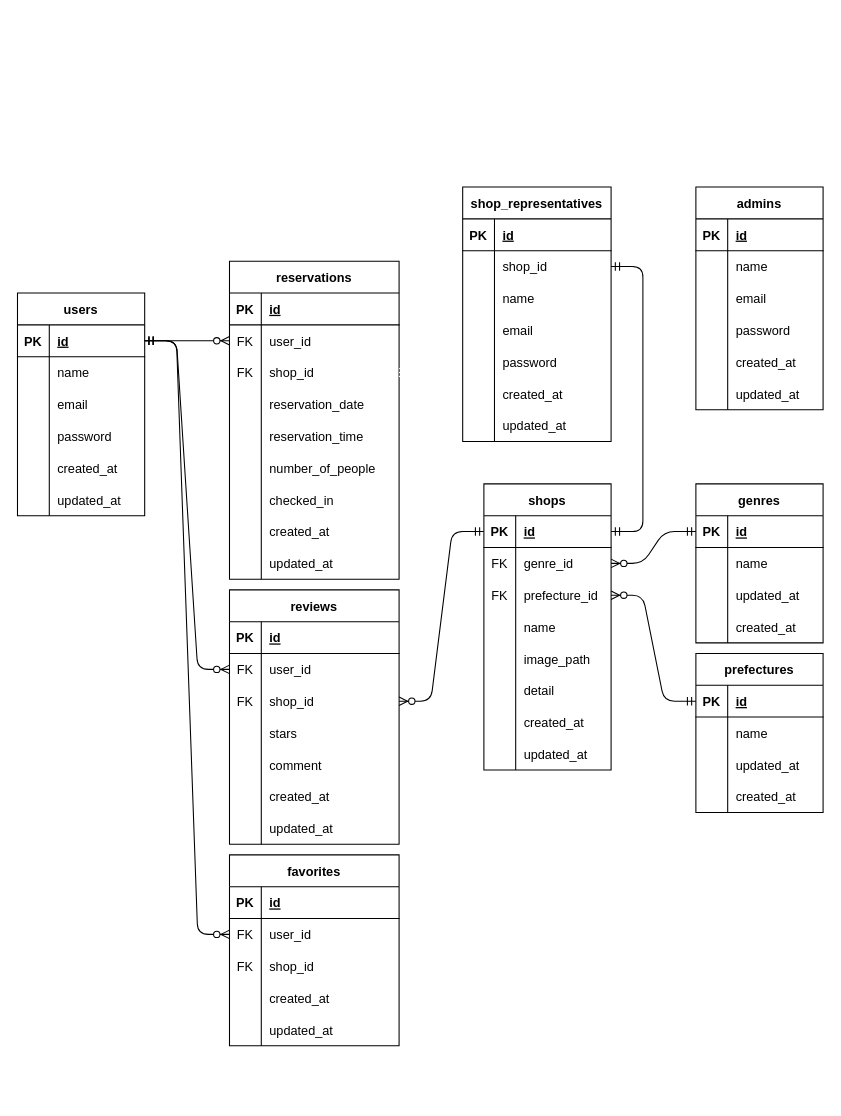
teestojko/rese keeps this draw.io diagram as .drawio. Above is the earlier version. Source tidied: cells renumbered, new cells numbered last; positions are measured from the earlier drawing's top-left corner, leaving out a move shared by most shapes. Both pictures are drawn from the tidied source at 106%, with x=0, y=0 at pixel (17, 187).
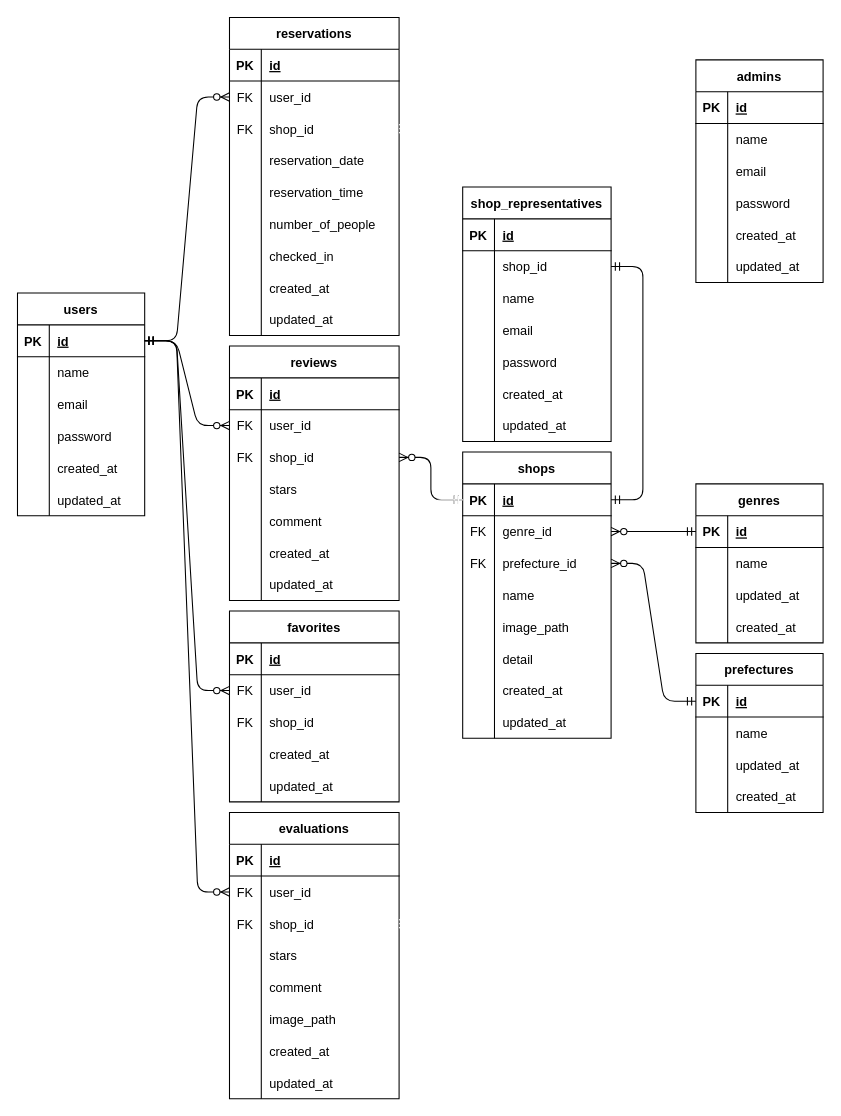
Above is the later version.

The change refers to these unchanged cells:
```xml
<mxCell id="28" style="shape=tableRow;horizontal=0;startSize=0;swimlaneHead=0;swimlaneBody=0;fillColor=none;points=[[0,0.5],[1,0.5]];portConstraint=eastwest;top=0;left=0;right=0;bottom=1;" parent="27" vertex="1">
  <mxGeometry y="30" width="120" height="30" as="geometry" />
</mxCell>
```

What changed in the source:
```diff
@@
     <mxCell id="2" value="shops" style="shape=table;startSize=30;childLayout=tableLayout;rowLines=0;fontStyle=1;align=center;" parent="1" vertex="1">
-      <mxGeometry x="440" y="280" width="120" height="270" as="geometry" />
+      <mxGeometry x="420" y="250" width="140" height="270" as="geometry" />
     </mxCell>
     <mxCell id="3" style="shape=tableRow;horizontal=0;startSize=0;swimlaneHead=0;swimlaneBody=0;fillColor=none;points=[[0,0.5],[1,0.5]];portConstraint=eastwest;top=0;left=0;right=0;bottom=1;" parent="2" vertex="1">
-      <mxGeometry y="30" width="120" height="30" as="geometry" />
+      <mxGeometry y="30" width="140" height="30" as="geometry" />
     </mxCell>
@@
     <mxCell id="5" value="id" style="shape=partialRectangle;fillColor=none;top=0;left=0;bottom=0;right=0;align=left;spacingLeft=6;fontStyle=5;overflow=hidden;" parent="3" vertex="1">
-      <mxGeometry x="30" width="90" height="30" as="geometry" />
+      <mxGeometry x="30" width="110" height="30" as="geometry" />
     </mxCell>
     <mxCell id="6" style="shape=tableRow;horizontal=0;startSize=0;swimlaneHead=0;swimlaneBody=0;fillColor=none;points=[[0,0.5],[1,0.5]];portConstraint=eastwest;top=0;left=0;right=0;bottom=0;" parent="2" vertex="1">
-      <mxGeometry y="60" width="120" height="30" as="geometry" />
+      <mxGeometry y="60" width="140" height="30" as="geometry" />
     </mxCell>
@@
     <mxCell id="8" value="genre_id" style="shape=partialRectangle;fillColor=none;top=0;left=0;bottom=0;right=0;align=left;spacingLeft=6;overflow=hidden;" parent="6" vertex="1">
-      <mxGeometry x="30" width="90" height="30" as="geometry" />
+      <mxGeometry x="30" width="110" height="30" as="geometry" />
     </mxCell>
     <mxCell id="9" style="shape=tableRow;horizontal=0;startSize=0;swimlaneHead=0;swimlaneBody=0;fillColor=none;points=[[0,0.5],[1,0.5]];portConstraint=eastwest;top=0;left=0;right=0;bottom=0;" parent="2" vertex="1">
-      <mxGeometry y="90" width="120" height="30" as="geometry" />
+      <mxGeometry y="90" width="140" height="30" as="geometry" />
     </mxCell>
@@
     <mxCell id="11" value="prefecture_id" style="shape=partialRectangle;fillColor=none;top=0;left=0;bottom=0;right=0;align=left;spacingLeft=6;overflow=hidden;" parent="9" vertex="1">
-      <mxGeometry x="30" width="90" height="30" as="geometry" />
+      <mxGeometry x="30" width="110" height="30" as="geometry" />
     </mxCell>
     <mxCell id="12" style="shape=tableRow;horizontal=0;startSize=0;swimlaneHead=0;swimlaneBody=0;fillColor=none;top=0;left=0;right=0;bottom=0;" parent="2" vertex="1">
-      <mxGeometry y="120" width="120" height="30" as="geometry" />
+      <mxGeometry y="120" width="140" height="30" as="geometry" />
     </mxCell>
@@
     <mxCell id="14" value="name" style="shape=partialRectangle;fillColor=none;top=0;left=0;bottom=0;right=0;align=left;spacingLeft=6;overflow=hidden;" parent="12" vertex="1">
-      <mxGeometry x="30" width="90" height="30" as="geometry" />
+      <mxGeometry x="30" width="110" height="30" as="geometry" />
     </mxCell>
     <mxCell id="15" style="shape=tableRow;horizontal=0;startSize=0;swimlaneHead=0;swimlaneBody=0;fillColor=none;top=0;left=0;right=0;bottom=0;" parent="2" vertex="1">
-      <mxGeometry y="150" width="120" height="30" as="geometry" />
+      <mxGeometry y="150" width="140" height="30" as="geometry" />
     </mxCell>
@@
     <mxCell id="17" value="image_path" style="shape=partialRectangle;fillColor=none;top=0;left=0;bottom=0;right=0;align=left;spacingLeft=6;overflow=hidden;" parent="15" vertex="1">
-      <mxGeometry x="30" width="90" height="30" as="geometry" />
+      <mxGeometry x="30" width="110" height="30" as="geometry" />
     </mxCell>
     <mxCell id="18" style="shape=tableRow;horizontal=0;startSize=0;swimlaneHead=0;swimlaneBody=0;fillColor=none;top=0;left=0;right=0;bottom=0;" parent="2" vertex="1">
-      <mxGeometry y="180" width="120" height="30" as="geometry" />
+      <mxGeometry y="180" width="140" height="30" as="geometry" />
     </mxCell>
@@
     <mxCell id="20" value="detail" style="shape=partialRectangle;fillColor=none;top=0;left=0;bottom=0;right=0;align=left;spacingLeft=6;overflow=hidden;" parent="18" vertex="1">
-      <mxGeometry x="30" width="90" height="30" as="geometry" />
+      <mxGeometry x="30" width="110" height="30" as="geometry" />
     </mxCell>
     <mxCell id="21" style="shape=tableRow;horizontal=0;startSize=0;swimlaneHead=0;swimlaneBody=0;fillColor=none;top=0;left=0;right=0;bottom=0;" parent="2" vertex="1">
-      <mxGeometry y="210" width="120" height="30" as="geometry" />
+      <mxGeometry y="210" width="140" height="30" as="geometry" />
     </mxCell>
@@
     <mxCell id="23" value="created_at" style="shape=partialRectangle;fillColor=none;top=0;left=0;bottom=0;right=0;align=left;spacingLeft=6;overflow=hidden;" parent="21" vertex="1">
-      <mxGeometry x="30" width="90" height="30" as="geometry" />
+      <mxGeometry x="30" width="110" height="30" as="geometry" />
     </mxCell>
     <mxCell id="24" style="shape=tableRow;horizontal=0;startSize=0;swimlaneHead=0;swimlaneBody=0;fillColor=none;top=0;left=0;right=0;bottom=0;" parent="2" vertex="1">
-      <mxGeometry y="240" width="120" height="30" as="geometry" />
+      <mxGeometry y="240" width="140" height="30" as="geometry" />
     </mxCell>
@@
     <mxCell id="26" value="updated_at" style="shape=partialRectangle;fillColor=none;top=0;left=0;bottom=0;right=0;align=left;spacingLeft=6;overflow=hidden;" parent="24" vertex="1">
-      <mxGeometry x="30" width="90" height="30" as="geometry" />
+      <mxGeometry x="30" width="110" height="30" as="geometry" />
     </mxCell>
@@
     <mxCell id="46" value="reservations" style="shape=table;startSize=30;childLayout=tableLayout;rowLines=0;fontStyle=1;align=center;" parent="1" vertex="1">
-      <mxGeometry x="200" y="70" width="160" height="300" as="geometry" />
+      <mxGeometry x="200" y="-160" width="160" height="300" as="geometry" />
     </mxCell>
@@
     <mxCell id="74" value="reviews" style="shape=table;startSize=30;childLayout=tableLayout;rowLines=0;fontStyle=1;align=center;" parent="1" vertex="1">
-      <mxGeometry x="200" y="380" width="160" height="240" as="geometry" />
+      <mxGeometry x="200" y="150" width="160" height="240" as="geometry" />
     </mxCell>
@@
     <mxCell id="101" value="favorites" style="shape=table;startSize=30;childLayout=tableLayout;rowLines=0;fontStyle=1;align=center;" parent="1" vertex="1">
-      <mxGeometry x="200" y="630" width="160" height="180" as="geometry" />
+      <mxGeometry x="200" y="400" width="160" height="180" as="geometry" />
     </mxCell>
@@
     <mxCell id="146" value="admins" style="shape=table;startSize=30;childLayout=tableLayout;rowLines=0;fontStyle=1;align=center;" parent="1" vertex="1">
-      <mxGeometry x="640" width="120" height="210" as="geometry" />
+      <mxGeometry x="640" y="-120" width="120" height="210" as="geometry" />
     </mxCell>
@@
+    <mxCell id="188" value="evaluations" style="shape=table;startSize=30;childLayout=tableLayout;rowLines=0;fontStyle=1;align=center;" parent="1" vertex="1">
+      <mxGeometry x="200" y="590" width="160" height="270" as="geometry" />
+    </mxCell>
+    <mxCell id="189" style="shape=tableRow;horizontal=0;startSize=0;swimlaneHead=0;swimlaneBody=0;fillColor=none;top=0;left=0;right=0;bottom=1;" parent="188" vertex="1">
+      <mxGeometry y="30" width="160" height="30" as="geometry" />
+    </mxCell>
+    <mxCell id="190" value="PK" style="shape=partialRectangle;fillColor=none;top=0;left=0;bottom=0;right=0;fontStyle=1;overflow=hidden;" parent="189" vertex="1">
+      <mxGeometry width="30" height="30" as="geometry" />
+    </mxCell>
+    <mxCell id="191" value="id" style="shape=partialRectangle;fillColor=none;top=0;left=0;bottom=0;right=0;align=left;spacingLeft=6;fontStyle=5;overflow=hidden;" parent="189" vertex="1">
+      <mxGeometry x="30" width="130" height="30" as="geometry" />
+    </mxCell>
+    <mxCell id="192" style="shape=tableRow;horizontal=0;startSize=0;swimlaneHead=0;swimlaneBody=0;fillColor=none;points=[[0,0.5],[1,0.5]];portConstraint=eastwest;top=0;left=0;right=0;bottom=0;" parent="188" vertex="1">
+      <mxGeometry y="60" width="160" height="30" as="geometry" />
+    </mxCell>
+    <mxCell id="193" value="FK" style="shape=partialRectangle;fillColor=none;top=0;left=0;bottom=0;right=0;overflow=hidden;" parent="192" vertex="1">
+      <mxGeometry width="30" height="30" as="geometry" />
+    </mxCell>
+    <mxCell id="194" value="user_id" style="shape=partialRectangle;fillColor=none;top=0;left=0;bottom=0;right=0;align=left;spacingLeft=6;overflow=hidden;" parent="192" vertex="1">
+      <mxGeometry x="30" width="130" height="30" as="geometry" />
+    </mxCell>
+    <mxCell id="195" style="shape=tableRow;horizontal=0;startSize=0;swimlaneHead=0;swimlaneBody=0;fillColor=none;points=[[0,0.5],[1,0.5]];portConstraint=eastwest;top=0;left=0;right=0;bottom=0;" parent="188" vertex="1">
+      <mxGeometry y="90" width="160" height="30" as="geometry" />
+    </mxCell>
+    <mxCell id="196" value="FK" style="shape=partialRectangle;fillColor=none;top=0;left=0;bottom=0;right=0;overflow=hidden;" parent="195" vertex="1">
+      <mxGeometry width="30" height="30" as="geometry" />
+    </mxCell>
+    <mxCell id="197" value="shop_id" style="shape=partialRectangle;fillColor=none;top=0;left=0;bottom=0;right=0;align=left;spacingLeft=6;overflow=hidden;" parent="195" vertex="1">
+      <mxGeometry x="30" width="130" height="30" as="geometry" />
+    </mxCell>
+    <mxCell id="198" style="shape=tableRow;horizontal=0;startSize=0;swimlaneHead=0;swimlaneBody=0;fillColor=none;top=0;left=0;right=0;bottom=0;" parent="188" vertex="1">
+      <mxGeometry y="120" width="160" height="30" as="geometry" />
+    </mxCell>
+    <mxCell id="199" style="shape=partialRectangle;fillColor=none;top=0;left=0;bottom=0;right=0;overflow=hidden;" parent="198" vertex="1">
+      <mxGeometry width="30" height="30" as="geometry" />
+    </mxCell>
+    <mxCell id="200" value="stars" style="shape=partialRectangle;fillColor=none;top=0;left=0;bottom=0;right=0;align=left;spacingLeft=6;overflow=hidden;" parent="198" vertex="1">
+      <mxGeometry x="30" width="130" height="30" as="geometry" />
+    </mxCell>
+    <mxCell id="201" style="shape=tableRow;horizontal=0;startSize=0;swimlaneHead=0;swimlaneBody=0;fillColor=none;top=0;left=0;right=0;bottom=0;" parent="188" vertex="1">
+      <mxGeometry y="150" width="160" height="30" as="geometry" />
+    </mxCell>
+    <mxCell id="202" style="shape=partialRectangle;fillColor=none;top=0;left=0;bottom=0;right=0;overflow=hidden;" parent="201" vertex="1">
+      <mxGeometry width="30" height="30" as="geometry" />
+    </mxCell>
+    <mxCell id="203" value="comment" style="shape=partialRectangle;fillColor=none;top=0;left=0;bottom=0;right=0;align=left;spacingLeft=6;overflow=hidden;" parent="201" vertex="1">
+      <mxGeometry x="30" width="130" height="30" as="geometry" />
+    </mxCell>
+    <mxCell id="204" style="shape=tableRow;horizontal=0;startSize=0;swimlaneHead=0;swimlaneBody=0;fillColor=none;top=0;left=0;right=0;bottom=0;" parent="188" vertex="1">
+      <mxGeometry y="180" width="160" height="30" as="geometry" />
+    </mxCell>
+    <mxCell id="205" style="shape=partialRectangle;fillColor=none;top=0;left=0;bottom=0;right=0;overflow=hidden;" parent="204" vertex="1">
+      <mxGeometry width="30" height="30" as="geometry" />
+    </mxCell>
+    <mxCell id="206" value="image_path" style="shape=partialRectangle;fillColor=none;top=0;left=0;bottom=0;right=0;align=left;spacingLeft=6;overflow=hidden;" parent="204" vertex="1">
+      <mxGeometry x="30" width="130" height="30" as="geometry" />
+    </mxCell>
+    <mxCell id="207" style="shape=tableRow;horizontal=0;startSize=0;swimlaneHead=0;swimlaneBody=0;fillColor=none;top=0;left=0;right=0;bottom=0;" parent="188" vertex="1">
+      <mxGeometry y="210" width="160" height="30" as="geometry" />
+    </mxCell>
+    <mxCell id="208" style="shape=partialRectangle;fillColor=none;top=0;left=0;bottom=0;right=0;overflow=hidden;" parent="207" vertex="1">
+      <mxGeometry width="30" height="30" as="geometry" />
+    </mxCell>
+    <mxCell id="209" value="created_at" style="shape=partialRectangle;fillColor=none;top=0;left=0;bottom=0;right=0;align=left;spacingLeft=6;overflow=hidden;" parent="207" vertex="1">
+      <mxGeometry x="30" width="130" height="30" as="geometry" />
+    </mxCell>
+    <mxCell id="210" style="shape=tableRow;horizontal=0;startSize=0;swimlaneHead=0;swimlaneBody=0;fillColor=none;top=0;left=0;right=0;bottom=0;" parent="188" vertex="1">
+      <mxGeometry y="240" width="160" height="30" as="geometry" />
+    </mxCell>
+    <mxCell id="211" style="shape=partialRectangle;fillColor=none;top=0;left=0;bottom=0;right=0;overflow=hidden;" parent="210" vertex="1">
+      <mxGeometry width="30" height="30" as="geometry" />
+    </mxCell>
+    <mxCell id="212" value="updated_at" style="shape=partialRectangle;fillColor=none;top=0;left=0;bottom=0;right=0;align=left;spacingLeft=6;overflow=hidden;" parent="210" vertex="1">
+      <mxGeometry x="30" width="130" height="30" as="geometry" />
+    </mxCell>
+    <mxCell id="213" style="edgeStyle=entityRelationEdgeStyle;fontSize=12;html=1;endArrow=ERzeroToMany;startArrow=ERmandOne;exitX=1;exitY=0.5;exitDx=0;exitDy=0;entryX=0;entryY=0.5;entryDx=0;entryDy=0;" parent="1" edge="1" source="28" target="192">
+      <mxGeometry relative="1" as="geometry" />
+    </mxCell>
+    <mxCell id="214" style="edgeStyle=entityRelationEdgeStyle;fontSize=12;html=1;endArrow=ERzeroToMany;startArrow=ERmandOne;fillColor=#e3c800;strokeColor=#FFFFFF;exitX=0;exitY=0.5;exitDx=0;exitDy=0;" parent="1" edge="1" source="3" target="195">
+      <mxGeometry relative="1" as="geometry" />
+    </mxCell>
```
